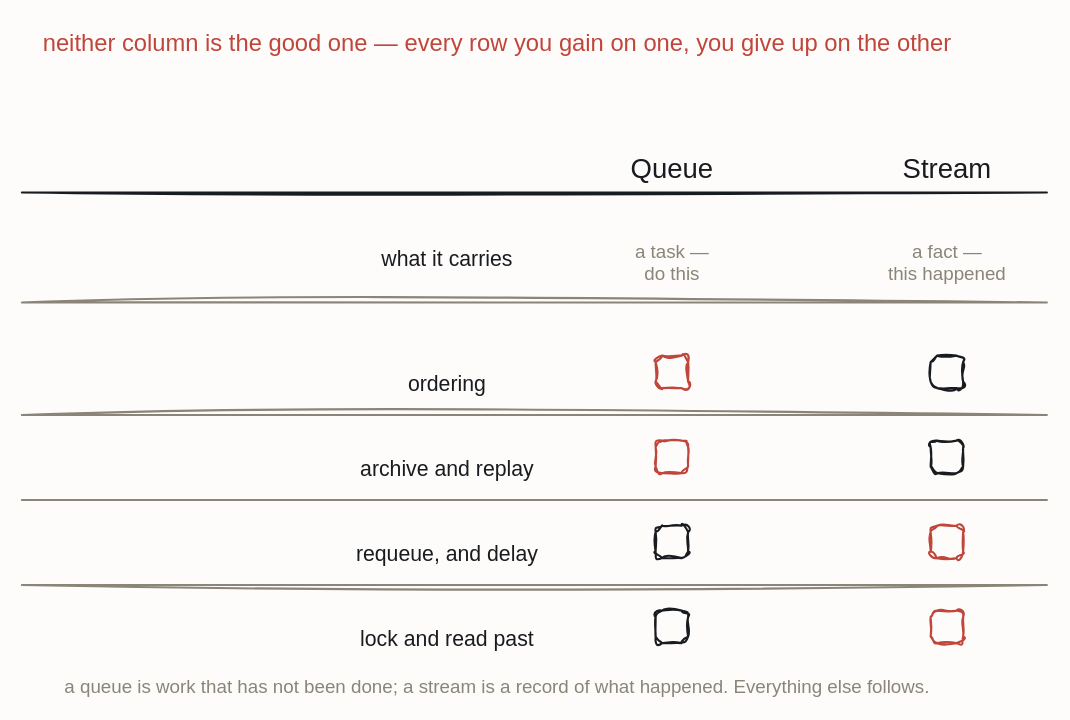
The draw.io diagram resources/qs-capability-matrix.drawio in iancooper/practical-messaging, before the edit. Source tidied: cells renumbered, new cells numbered last; positions are measured from the earlier drawing's top-left corner, leaving out a move shared by most shapes. Both pictures are drawn from the tidied source at 125%, with x=0, y=0 at pixel (21, 21).
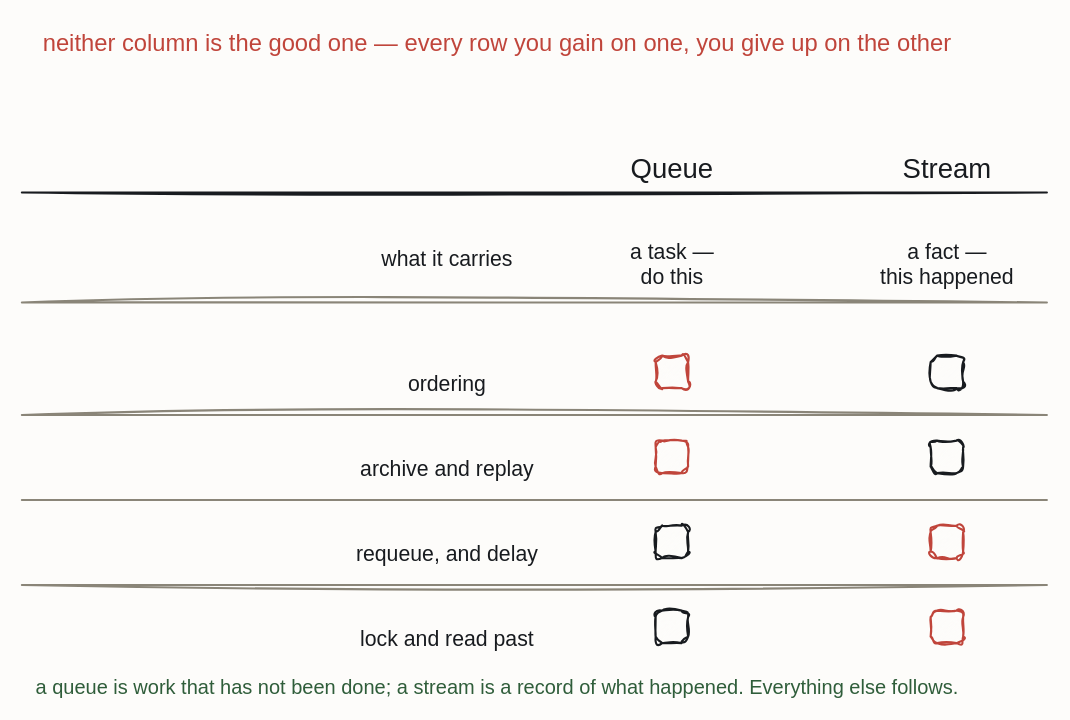
The same diagram, later.

The edit, as a diff of the source:
```diff
@@
-    <mxCell id="7" value="a task —&#10;do this" style="text;html=1;align=center;fontFamily=Caveat;fontSize=15;fontColor=#8A8578;" parent="1" vertex="1">
+    <mxCell id="7" value="a task —&#10;do this" style="text;html=1;align=center;fontFamily=Caveat;fontSize=17;fontColor=#181B1F;" parent="1" vertex="1">
       <mxGeometry x="460" y="168" width="120" height="20" as="geometry" />
     </mxCell>
-    <mxCell id="8" value="a fact —&#10;this happened" style="text;html=1;align=center;fontFamily=Caveat;fontSize=15;fontColor=#8A8578;" parent="1" vertex="1">
+    <mxCell id="8" value="a fact —&#10;this happened" style="text;html=1;align=center;fontFamily=Caveat;fontSize=17;fontColor=#181B1F;" parent="1" vertex="1">
       <mxGeometry x="680" y="168" width="120" height="20" as="geometry" />
     </mxCell>
@@
-    <mxCell id="25" value="a queue is work that has not been done; a stream is a record of what happened. Everything else follows." style="text;html=1;align=center;fontFamily=Caveat;fontSize=15;fontColor=#8A8578;" parent="1" vertex="1">
+    <mxCell id="25" value="a queue is work that has not been done; a stream is a record of what happened. Everything else follows." style="text;html=1;align=center;fontFamily=Caveat;fontSize=16;fontColor=#2F5D3A;" parent="1" vertex="1">
       <mxGeometry x="320" y="516" width="120" height="20" as="geometry" />
     </mxCell>
```
